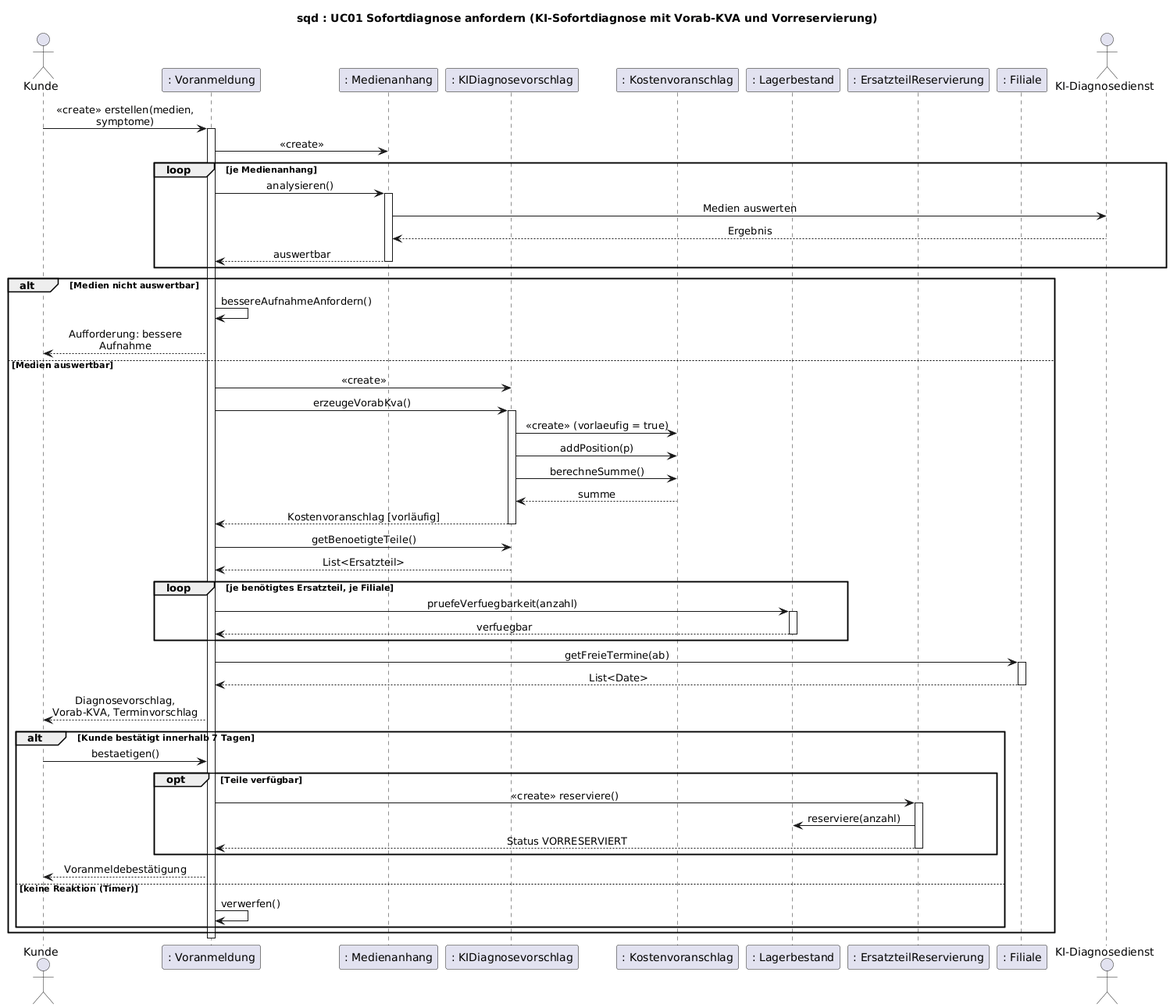
Before: uml/sequenz-01-sofortdiagnose.png, a diagram exported from PlantUML (jakobschwan123-cmd/casestudy-semester-3).
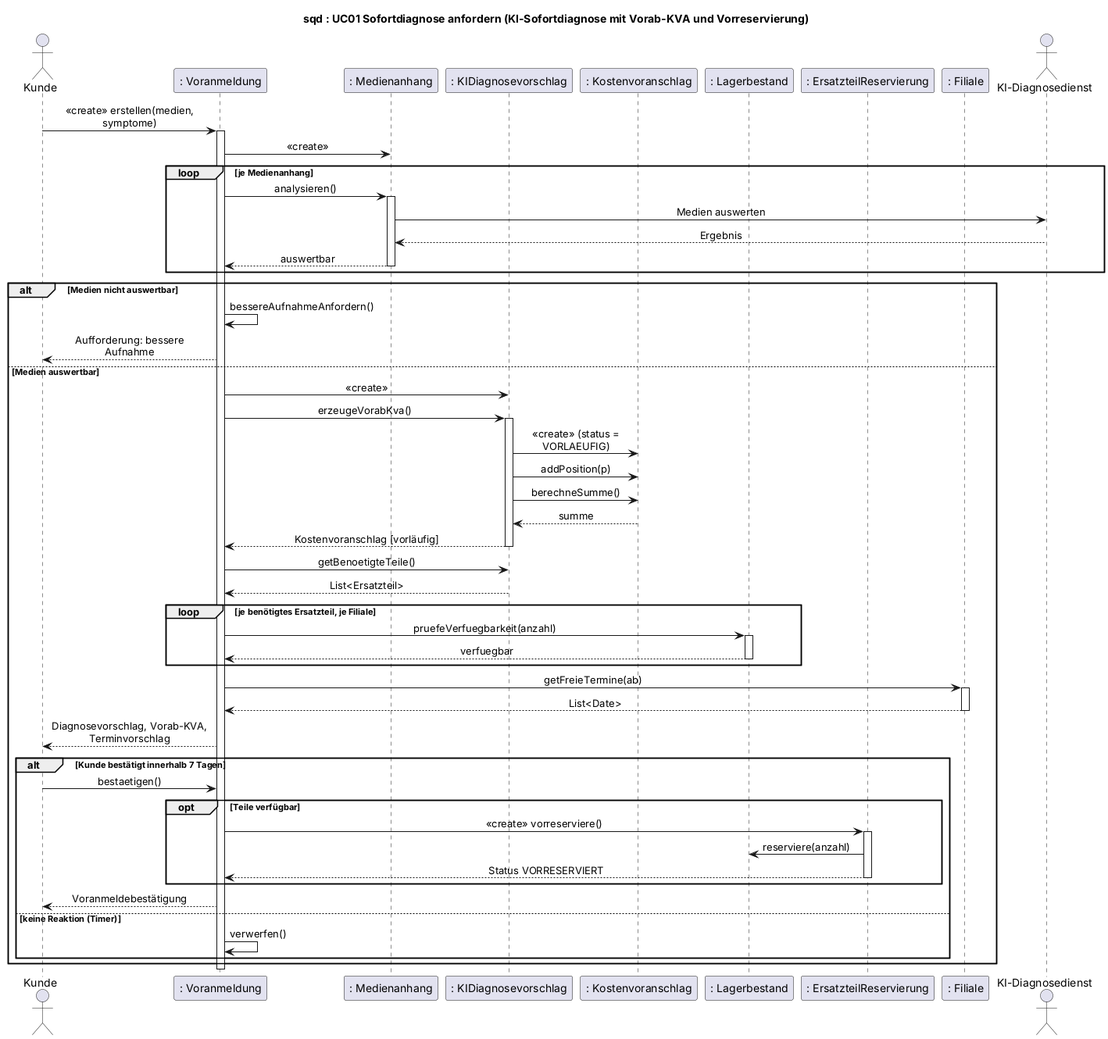
Later version of the same file.

What changed in the source:
```diff
@@ -31,7 +31,7 @@
     VA -> KI : <<create>>
     VA -> KI : erzeugeVorabKva()
     activate KI
-    KI -> KVA : <<create>> (vorlaeufig = true)
+    KI -> KVA : <<create>> (status = VORLAEUFIG)
     KI -> KVA : addPosition(p)
     KI -> KVA : berechneSumme()
     KVA --> KI : summe
@@ -53,7 +53,7 @@
     alt Kunde bestätigt innerhalb 7 Tagen
         Kunde -> VA : bestaetigen()
         opt Teile verfügbar
-            VA -> RES : <<create>> reserviere()
+            VA -> RES : <<create>> vorreserviere()
             activate RES
             RES -> LB : reserviere(anzahl)
             RES --> VA : Status VORRESERVIERT
```
